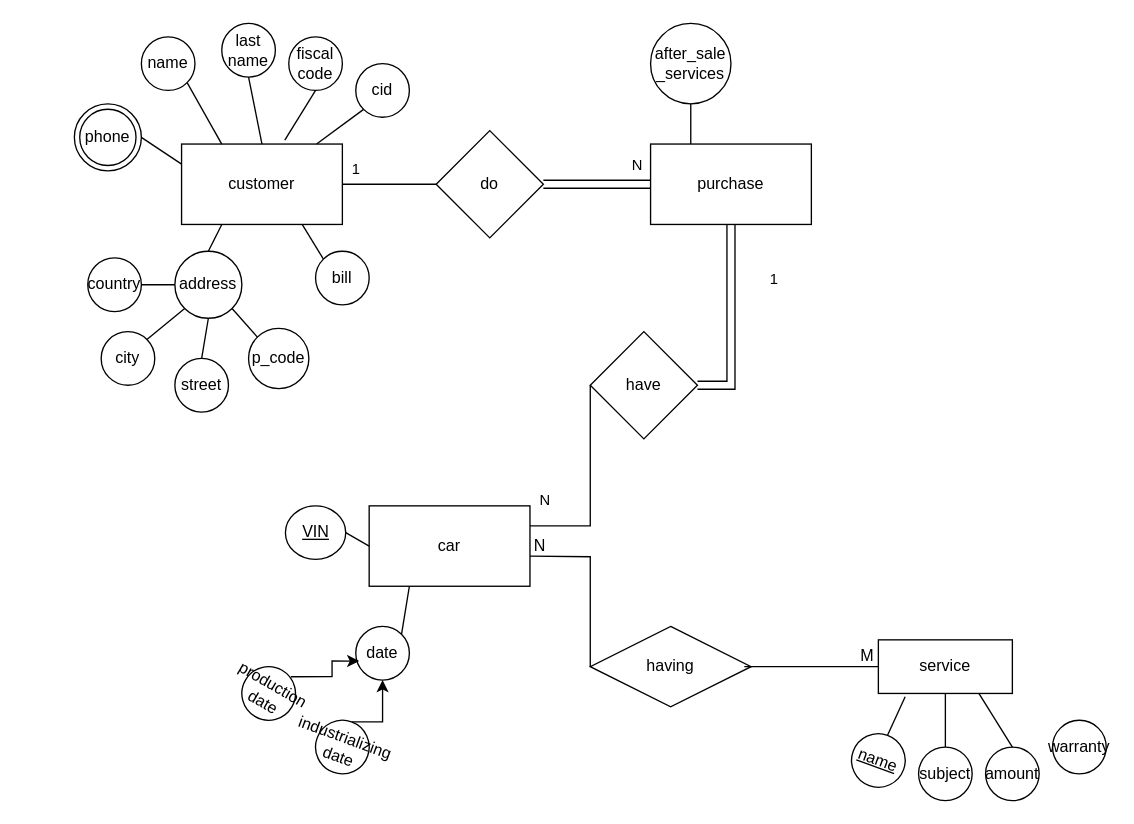
Above: car_manufactoring_conceptual.drawio in mohsenshahii/database (draw.io), before the change. Source tidied: cells renumbered, new cells numbered last; positions are measured from the earlier drawing's top-left corner, leaving out a move shared by most shapes. Both pictures are drawn from the tidied source at 134%, with x=0, y=0 at pixel (74, 23).
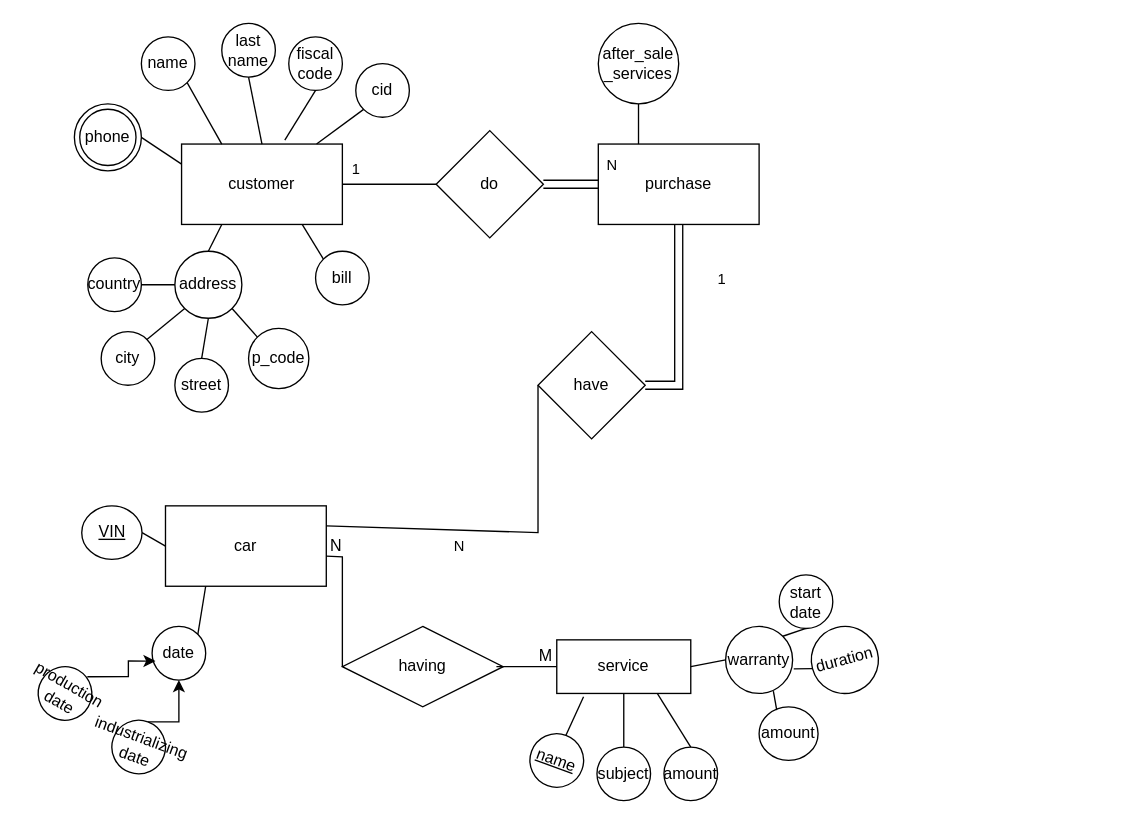
Above is the later version.

What changed in the source:
```diff
@@
     <mxCell id="25" value="purchase" style="rounded=0;whiteSpace=wrap;html=1;" parent="1" vertex="1">
-      <mxGeometry x="430" y="90" width="120" height="60" as="geometry" />
+      <mxGeometry x="391" y="90" width="120" height="60" as="geometry" />
     </mxCell>
@@
     <mxCell id="27" value="after_sale&lt;br&gt;_services" style="ellipse;whiteSpace=wrap;html=1;" parent="1" vertex="1">
-      <mxGeometry x="430" width="60" height="60" as="geometry" />
+      <mxGeometry x="391" width="60" height="60" as="geometry" />
     </mxCell>
@@
     <mxCell id="33" value="car" style="rounded=0;whiteSpace=wrap;html=1;" parent="1" vertex="1">
-      <mxGeometry x="220" y="360" width="120" height="60" as="geometry" />
+      <mxGeometry x="68" y="360" width="120" height="60" as="geometry" />
     </mxCell>
     <mxCell id="34" value="have" style="rhombus;whiteSpace=wrap;html=1;rotation=0;" parent="1" vertex="1">
-      <mxGeometry x="385" y="230" width="80" height="80" as="geometry" />
+      <mxGeometry x="346" y="230" width="80" height="80" as="geometry" />
     </mxCell>
     <mxCell id="35" style="endArrow=classic;html=1;rounded=0;shape=link;width=6;entryX=0.5;entryY=1;entryDx=0;entryDy=0;exitX=1;exitY=0.5;exitDx=0;exitDy=0;" parent="1" edge="1" source="34" target="25">
       <mxGeometry relative="1" as="geometry">
         <Array as="points">
-          <mxPoint x="490" y="270" />
+          <mxPoint x="451" y="270" />
         </Array>
       </mxGeometry>
     </mxCell>
@@
     <mxCell id="37" style="endArrow=0;html=1;rounded=0;exitX=1;exitY=0.25;exitDx=0;exitDy=0;entryX=0;entryY=0.5;entryDx=0;entryDy=0;" parent="1" edge="1" source="33" target="34">
       <mxGeometry relative="1" as="geometry">
         <Array as="points">
-          <mxPoint x="385" y="375" />
+          <mxPoint x="346" y="380" />
         </Array>
       </mxGeometry>
     </mxCell>
@@
     <mxCell id="40" value="date" style="ellipse;whiteSpace=wrap;html=1;" parent="1" vertex="1">
-      <mxGeometry x="210" y="450" width="40" height="40" as="geometry" />
+      <mxGeometry x="58" y="450" width="40" height="40" as="geometry" />
     </mxCell>
@@
     <mxCell id="43" value="production date" style="ellipse;whiteSpace=wrap;html=1;direction=south;rotation=30;" parent="1" vertex="1">
-      <mxGeometry x="125" y="480" width="40" height="40" as="geometry" />
+      <mxGeometry x="-27" y="480" width="40" height="40" as="geometry" />
     </mxCell>
@@
     <mxCell id="45" value="industrializing date" style="ellipse;whiteSpace=wrap;html=1;rotation=20;" parent="1" vertex="1">
-      <mxGeometry x="180" y="520" width="40" height="40" as="geometry" />
+      <mxGeometry x="28" y="520" width="40" height="40" as="geometry" />
     </mxCell>
     <mxCell id="46" value="service" style="whiteSpace=wrap;html=1;align=center;" parent="1" vertex="1">
-      <mxGeometry x="600" y="460" width="100" height="40" as="geometry" />
+      <mxGeometry x="360" y="460" width="100" height="40" as="geometry" />
     </mxCell>
     <mxCell id="47" value="VIN" style="ellipse;whiteSpace=wrap;html=1;align=center;fontStyle=4;" parent="1" vertex="1">
-      <mxGeometry x="157.5" y="360" width="45" height="40" as="geometry" />
+      <mxGeometry x="5.5" y="360" width="45" height="40" as="geometry" />
     </mxCell>
     <mxCell id="48" value="having" style="shape=rhombus;perimeter=rhombusPerimeter;whiteSpace=wrap;html=1;align=center;rotation=0;" parent="1" vertex="1">
-      <mxGeometry x="385" y="450" width="120" height="60" as="geometry" />
+      <mxGeometry x="200" y="450" width="120" height="60" as="geometry" />
     </mxCell>
     <mxCell id="49" style="endArrow=none;html=1;rounded=0;entryX=1;entryY=0.625;entryDx=0;entryDy=0;entryPerimeter=0;exitX=0;exitY=0.5;exitDx=0;exitDy=0;" parent="1" edge="1" source="48" target="33">
       <mxGeometry relative="1" as="geometry">
         <Array as="points">
-          <mxPoint x="385" y="398" />
+          <mxPoint x="200" y="398" />
         </Array>
       </mxGeometry>
     </mxCell>
@@
     <mxCell id="53" value="name" style="ellipse;whiteSpace=wrap;html=1;align=center;fontStyle=4;rotation=20;" parent="1" vertex="1">
-      <mxGeometry x="580" y="530" width="40" height="40" as="geometry" />
+      <mxGeometry x="340" y="530" width="40" height="40" as="geometry" />
     </mxCell>
@@
     <mxCell id="55" value="subject" style="ellipse;whiteSpace=wrap;html=1;align=center;" parent="1" vertex="1">
-      <mxGeometry x="630" y="540" width="40" height="40" as="geometry" />
+      <mxGeometry x="390" y="540" width="40" height="40" as="geometry" />
     </mxCell>
@@
     <mxCell id="57" value="amount" style="ellipse;whiteSpace=wrap;html=1;align=center;" parent="1" vertex="1">
-      <mxGeometry x="680" y="540" width="40" height="40" as="geometry" />
+      <mxGeometry x="440" y="540" width="40" height="40" as="geometry" />
     </mxCell>
@@
     <mxCell id="59" value="warranty" style="ellipse;whiteSpace=wrap;html=1;align=center;" parent="1" vertex="1">
-      <mxGeometry x="730" y="520" width="40" height="40" as="geometry" />
+      <mxGeometry x="486" y="450" width="50" height="50" as="geometry" />
     </mxCell>
+    <mxCell id="60" style="endArrow=none;html=1;rounded=0;entryX=0;entryY=0.5;entryDx=0;entryDy=0;exitX=1;exitY=0.5;exitDx=0;exitDy=0;" parent="1" edge="1" source="46" target="59">
+      <mxGeometry relative="1" as="geometry" />
+    </mxCell>
+    <mxCell id="61" style="endArrow=none;html=1;rounded=0;exitX=1;exitY=0;exitDx=0;exitDy=0;entryX=0.5;entryY=1;entryDx=0;entryDy=0;" parent="1" edge="1" source="59" target="62">
+      <mxGeometry relative="1" as="geometry" />
+    </mxCell>
+    <mxCell id="62" value="start&lt;br&gt;date" style="ellipse;whiteSpace=wrap;html=1;align=center;" parent="1" vertex="1">
+      <mxGeometry x="526" y="411.5" width="40" height="40" as="geometry" />
+    </mxCell>
+    <mxCell id="63" value="duration" style="ellipse;whiteSpace=wrap;html=1;align=center;rotation=-15;" parent="1" vertex="1">
+      <mxGeometry x="550" y="450" width="50" height="50" as="geometry" />
+    </mxCell>
+    <mxCell id="64" style="endArrow=none;html=1;rounded=0;entryX=0;entryY=0.5;entryDx=0;entryDy=0;exitX=1.017;exitY=0.633;exitDx=0;exitDy=0;exitPerimeter=0;" parent="1" edge="1" source="59" target="63">
+      <mxGeometry relative="1" as="geometry" />
+    </mxCell>
+    <mxCell id="65" value="amount" style="ellipse;whiteSpace=wrap;html=1;align=center;" parent="1" vertex="1">
+      <mxGeometry x="511" y="510" width="44" height="40" as="geometry" />
+    </mxCell>
+    <mxCell id="66" style="endArrow=none;html=1;rounded=0;entryX=0.299;entryY=0.063;entryDx=0;entryDy=0;entryPerimeter=0;exitX=0.713;exitY=0.967;exitDx=0;exitDy=0;exitPerimeter=0;" parent="1" edge="1" source="59" target="65">
+      <mxGeometry relative="1" as="geometry" />
+    </mxCell>
```
